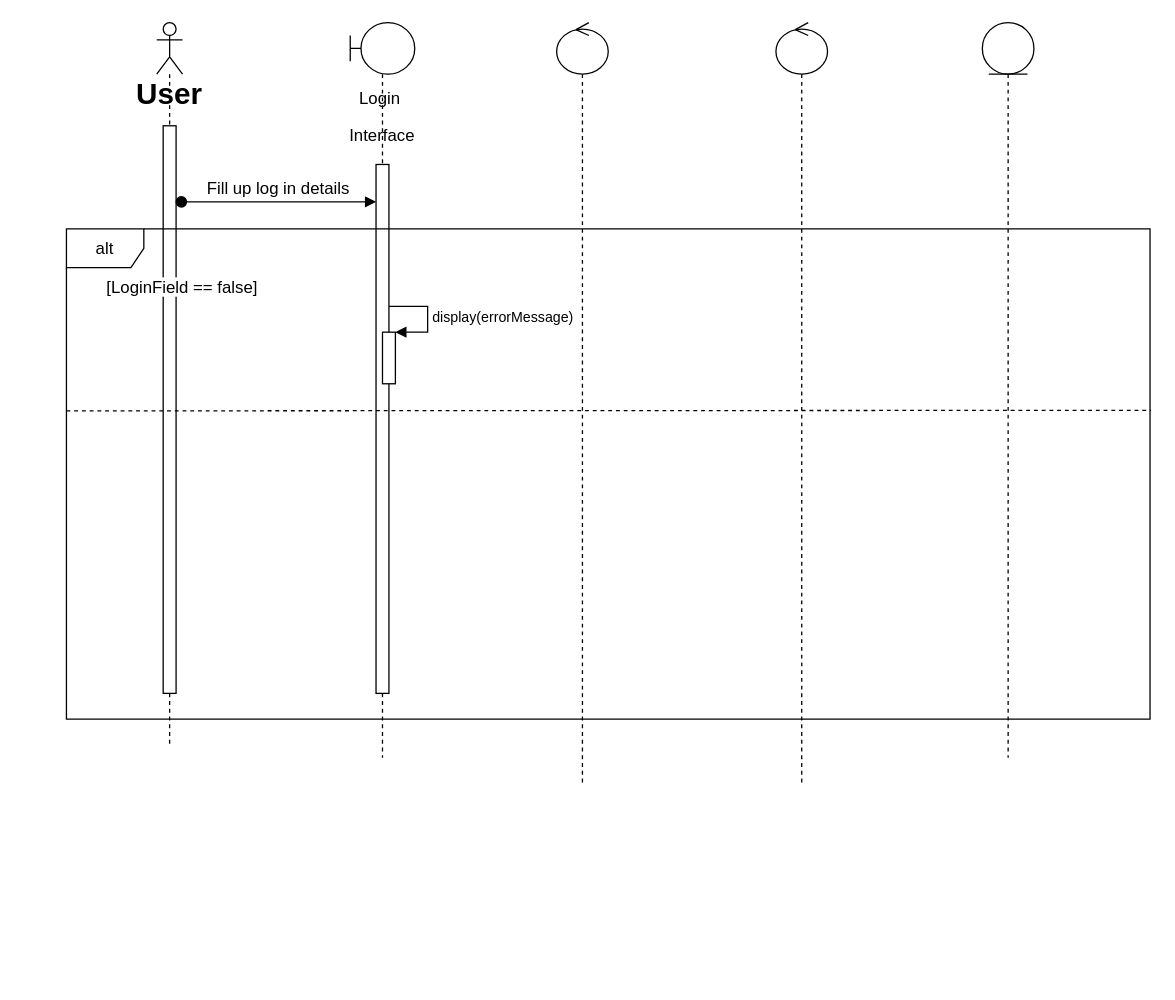
This is page "Page-4" (4 of 4) of Untitled Diagram.drawio from EliezerOng/CZ2006-Web-Devz, a draw.io file, before an edit. Source tidied: cells renumbered, new cells numbered last; positions are measured from the earlier drawing's top-left corner, leaving out a move shared by most shapes. Both pictures are drawn from the tidied source at 129%, with x=0, y=0 at pixel (66, 22).
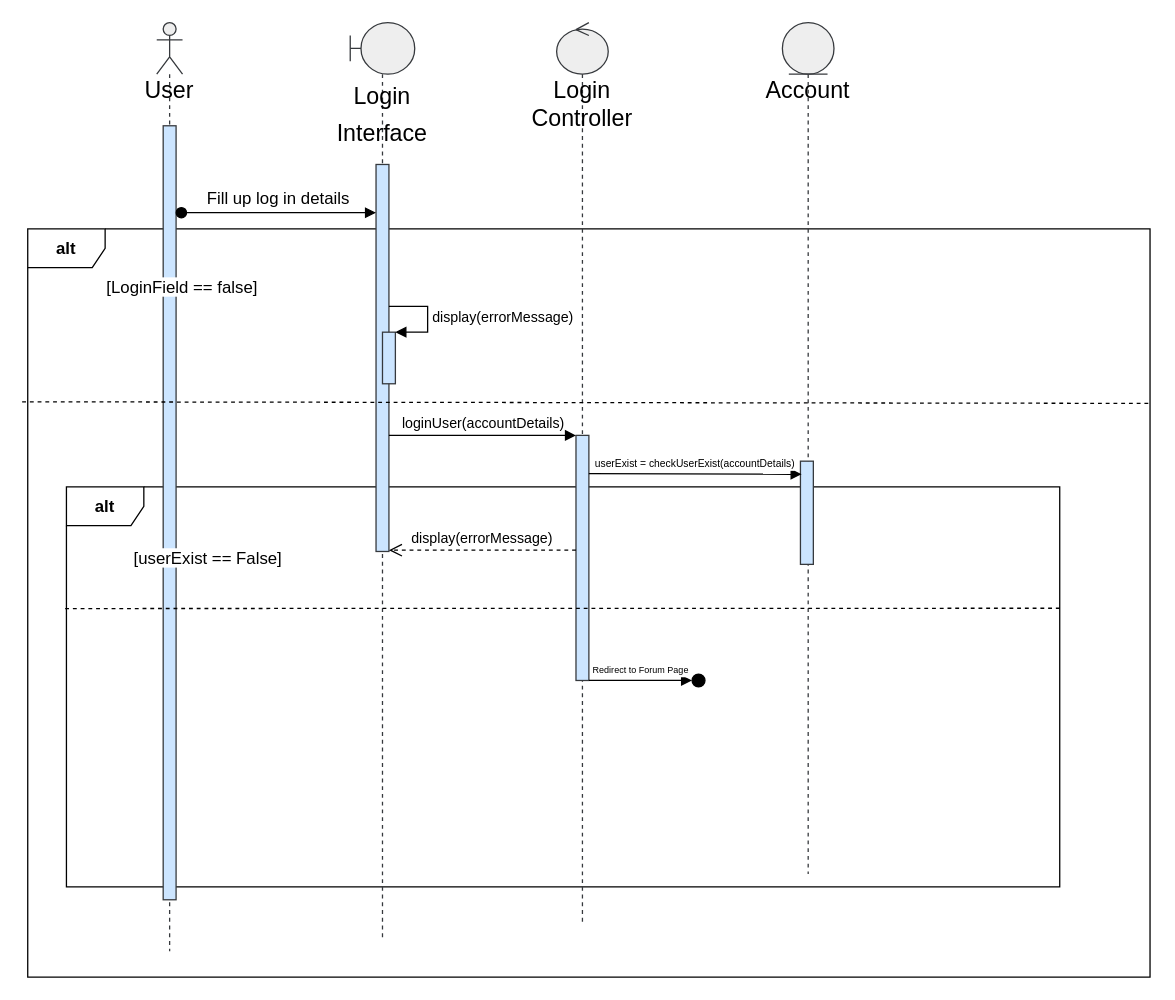
The same diagram, later.

Commit message:
first sequence diagram

Diff of the diagram source:
```diff
@@
+    <mxCell id="9" value="&lt;b&gt;alt&lt;/b&gt;" style="shape=umlFrame;whiteSpace=wrap;html=1;labelBackgroundColor=#FFFFFF;fontSize=13;fontColor=#000000;fillColor=default;" parent="1" vertex="1">
+      <mxGeometry x="-30" y="160" width="870" height="580" as="geometry" />
+    </mxCell>
+    <mxCell id="15" value="&lt;font style=&quot;font-size: 13px&quot;&gt;&lt;b&gt;alt&lt;/b&gt;&lt;/font&gt;" style="shape=umlFrame;whiteSpace=wrap;html=1;labelBackgroundColor=#FFFFFF;fontSize=8;fontColor=#000000;fillColor=default;" parent="1" vertex="1">
+      <mxGeometry y="360" width="770" height="310" as="geometry" />
+    </mxCell>
-    <mxCell id="2" value="&lt;font style=&quot;font-size: 23px&quot;&gt;&lt;b&gt;User&lt;/b&gt;&lt;/font&gt;" style="shape=umlLifeline;participant=umlActor;perimeter=lifelinePerimeter;whiteSpace=wrap;html=1;verticalAlign=top;spacingTop=36;" parent="1" vertex="1">
-      <mxGeometry x="70" width="20" height="560" as="geometry" />
+    <mxCell id="2" value="&lt;font style=&quot;font-size: 18px&quot;&gt;User&lt;/font&gt;" style="shape=umlLifeline;participant=umlActor;perimeter=lifelinePerimeter;whiteSpace=wrap;html=1;verticalAlign=top;spacingTop=36;fillColor=#eeeeee;strokeColor=#36393d;" parent="1" vertex="1">
+      <mxGeometry x="70" width="20" height="720" as="geometry" />
     </mxCell>
-    <mxCell id="3" style="html=1;points=[];perimeter=orthogonalPerimeter;labelBackgroundColor=#FFFFFF;fontSize=13;fontColor=#000000;fillColor=default;" parent="2" vertex="1">
-      <mxGeometry x="5" y="80" width="10" height="440" as="geometry" />
+    <mxCell id="3" style="html=1;points=[];perimeter=orthogonalPerimeter;labelBackgroundColor=#FFFFFF;fontSize=13;fillColor=#cce5ff;strokeColor=#36393d;" parent="2" vertex="1">
+      <mxGeometry x="5" y="80" width="10" height="600" as="geometry" />
     </mxCell>
-    <mxCell id="4" value="&lt;font style=&quot;font-size: 13px&quot;&gt;Login&amp;nbsp;&lt;br&gt;Interface&lt;/font&gt;" style="shape=umlLifeline;participant=umlBoundary;perimeter=lifelinePerimeter;whiteSpace=wrap;html=1;verticalAlign=top;spacingTop=36;fontSize=23;fillColor=default;" parent="1" vertex="1">
-      <mxGeometry x="220" width="50" height="570" as="geometry" />
+    <mxCell id="4" value="&lt;font style=&quot;font-size: 18px&quot;&gt;Login Interface&lt;/font&gt;" style="shape=umlLifeline;participant=umlBoundary;perimeter=lifelinePerimeter;whiteSpace=wrap;html=1;verticalAlign=top;spacingTop=36;fontSize=23;fillColor=#eeeeee;strokeColor=#36393d;align=center;" parent="1" vertex="1">
+      <mxGeometry x="220" width="50" height="710" as="geometry" />
     </mxCell>
-    <mxCell id="5" style="html=1;points=[];perimeter=orthogonalPerimeter;labelBackgroundColor=#FFFFFF;fontSize=13;fontColor=#000000;fillColor=default;" parent="4" vertex="1">
-      <mxGeometry x="20" y="110" width="10" height="410" as="geometry" />
+    <mxCell id="5" style="html=1;points=[];perimeter=orthogonalPerimeter;labelBackgroundColor=#FFFFFF;fontSize=13;fillColor=#cce5ff;strokeColor=#36393d;" parent="4" vertex="1">
+      <mxGeometry x="20" y="110" width="10" height="300" as="geometry" />
     </mxCell>
-    <mxCell id="6" style="shape=umlLifeline;participant=umlControl;perimeter=lifelinePerimeter;whiteSpace=wrap;html=1;verticalAlign=top;spacingTop=36;fontSize=13;fillColor=default;" parent="1" vertex="1">
-      <mxGeometry x="380" width="40" height="590" as="geometry" />
+    <mxCell id="6" value="&lt;font style=&quot;font-size: 18px&quot;&gt;Login Controller&lt;/font&gt;" style="shape=umlLifeline;participant=umlControl;perimeter=lifelinePerimeter;whiteSpace=wrap;html=1;verticalAlign=top;spacingTop=36;fontSize=13;fillColor=#eeeeee;strokeColor=#36393d;" parent="1" vertex="1">
+      <mxGeometry x="380" width="40" height="700" as="geometry" />
     </mxCell>
-    <mxCell id="7" style="shape=umlLifeline;participant=umlControl;perimeter=lifelinePerimeter;whiteSpace=wrap;html=1;verticalAlign=top;spacingTop=36;fontSize=13;fillColor=default;" parent="1" vertex="1">
-      <mxGeometry x="550" width="40" height="590" as="geometry" />
-    </mxCell>
-    <mxCell id="8" style="shape=umlLifeline;participant=umlEntity;perimeter=lifelinePerimeter;whiteSpace=wrap;html=1;verticalAlign=top;spacingTop=36;fontSize=13;fillColor=default;" parent="1" vertex="1">
-      <mxGeometry x="710" width="40" height="570" as="geometry" />
+    <mxCell id="8" value="&lt;font style=&quot;font-size: 18px&quot;&gt;Account&lt;/font&gt;" style="shape=umlLifeline;participant=umlEntity;perimeter=lifelinePerimeter;whiteSpace=wrap;html=1;verticalAlign=top;spacingTop=36;fontSize=13;fillColor=#eeeeee;strokeColor=#36393d;" parent="1" vertex="1">
+      <mxGeometry x="555" width="40" height="660" as="geometry" />
     </mxCell>
-    <mxCell id="9" value="alt" style="shape=umlFrame;whiteSpace=wrap;html=1;labelBackgroundColor=#FFFFFF;fontSize=13;fontColor=#000000;fillColor=default;" parent="1" vertex="1">
-      <mxGeometry y="160" width="840" height="380" as="geometry" />
-    </mxCell>
@@
-    <mxCell id="11" value="Fill up log in details" style="html=1;verticalAlign=bottom;startArrow=oval;endArrow=block;startSize=8;rounded=0;fontSize=13;fontColor=#000000;exitX=1.41;exitY=0.134;exitDx=0;exitDy=0;exitPerimeter=0;" parent="1" edge="1" source="3" target="5">
-      <mxGeometry relative="1" as="geometry" />
+    <mxCell id="11" value="Fill up log in details" style="html=1;verticalAlign=bottom;startArrow=oval;endArrow=block;startSize=8;rounded=0;fontSize=13;fontColor=#000000;exitX=1.41;exitY=0.134;exitDx=0;exitDy=0;exitPerimeter=0;" parent="1" edge="1">
+      <mxGeometry relative="1" as="geometry">
+        <mxPoint x="89.1" y="147.4" as="sourcePoint" />
+        <mxPoint x="240" y="147.4" as="targetPoint" />
+      </mxGeometry>
     </mxCell>
-    <mxCell id="12" style="html=1;points=[];perimeter=orthogonalPerimeter;labelBackgroundColor=#FFFFFF;fontSize=13;fontColor=#000000;fillColor=default;" parent="1" vertex="1">
+    <mxCell id="12" style="html=1;points=[];perimeter=orthogonalPerimeter;labelBackgroundColor=#FFFFFF;fontSize=13;fillColor=#cce5ff;strokeColor=#36393d;" parent="1" vertex="1">
       <mxGeometry x="245" y="240" width="10" height="40" as="geometry" />
     </mxCell>
@@
-    <mxCell id="14" style="endArrow=none;dashed=1;html=1;rounded=0;fontSize=11;fontColor=#000000;entryX=1.001;entryY=0.37;entryDx=0;entryDy=0;entryPerimeter=0;" parent="1" edge="1" target="9">
+    <mxCell id="14" style="endArrow=none;dashed=1;html=1;rounded=0;fontSize=11;fontColor=#000000;entryX=1;entryY=0.371;entryDx=0;entryDy=0;entryPerimeter=0;exitX=-0.005;exitY=0.231;exitDx=0;exitDy=0;exitPerimeter=0;" parent="1" edge="1" source="9">
       <mxGeometry relative="1" as="geometry">
-        <mxPoint y="301" as="sourcePoint" />
+        <mxPoint x="840" y="295.2" as="targetPoint" />
       </mxGeometry>
     </mxCell>
+    <mxCell id="16" style="html=1;points=[];perimeter=orthogonalPerimeter;labelBackgroundColor=#FFFFFF;fontSize=11;fillColor=#cce5ff;strokeColor=#36393d;" parent="1" vertex="1">
+      <mxGeometry x="395" y="320" width="10" height="190" as="geometry" />
+    </mxCell>
+    <mxCell id="17" value="loginUser(accountDetails)" style="html=1;verticalAlign=bottom;endArrow=block;entryX=0;entryY=0;rounded=0;fontSize=11;fontColor=#000000;" parent="1" edge="1" target="16">
+      <mxGeometry relative="1" as="geometry">
+        <mxPoint x="250" y="320" as="sourcePoint" />
+      </mxGeometry>
+    </mxCell>
+    <mxCell id="18" value="display(errorMessage)" style="html=1;verticalAlign=bottom;endArrow=open;dashed=1;endSize=8;rounded=0;fontSize=11;fontColor=#000000;targetPerimeterSpacing=3;" parent="1" edge="1">
+      <mxGeometry relative="1" as="geometry">
+        <mxPoint x="395" y="409" as="sourcePoint" />
+        <mxPoint x="250" y="409" as="targetPoint" />
+        <Array as="points">
+          <mxPoint x="350" y="409" />
+        </Array>
+      </mxGeometry>
+    </mxCell>
+    <mxCell id="19" style="html=1;points=[];perimeter=orthogonalPerimeter;labelBackgroundColor=#FFFFFF;fontSize=11;fillColor=#cce5ff;strokeColor=#36393d;" parent="1" vertex="1">
+      <mxGeometry x="569" y="340" width="10" height="80" as="geometry" />
+    </mxCell>
+    <mxCell id="20" value="&lt;font style=&quot;font-size: 8px&quot;&gt;userExist = checkUserExist(accountDetails)&lt;/font&gt;" style="html=1;verticalAlign=bottom;endArrow=block;rounded=0;fontSize=11;fontColor=#000000;targetPerimeterSpacing=3;entryX=0.091;entryY=0.127;entryDx=0;entryDy=0;entryPerimeter=0;" parent="1" edge="1" target="19">
+      <mxGeometry relative="1" as="geometry">
+        <mxPoint x="405" y="349.7" as="sourcePoint" />
+      </mxGeometry>
+    </mxCell>
+    <mxCell id="21" value="[userExist == False]" style="text;html=1;strokeColor=none;fillColor=none;align=center;verticalAlign=middle;whiteSpace=wrap;rounded=0;labelBackgroundColor=#FFFFFF;fontSize=13;fontColor=#000000;" parent="1" vertex="1">
+      <mxGeometry x="30" y="400" width="160" height="30" as="geometry" />
+    </mxCell>
+    <mxCell id="22" style="endArrow=none;dashed=1;html=1;rounded=0;fontSize=8;fontColor=#000000;targetPerimeterSpacing=3;entryX=-0.005;entryY=0.304;entryDx=0;entryDy=0;entryPerimeter=0;" parent="1" edge="1" target="15">
+      <mxGeometry relative="1" as="geometry">
+        <mxPoint x="770" y="454" as="sourcePoint" />
+      </mxGeometry>
+    </mxCell>
+    <mxCell id="23" value="&lt;font style=&quot;font-size: 7px&quot;&gt;Redirect to Forum Page&lt;/font&gt;" style="html=1;verticalAlign=bottom;endArrow=block;rounded=0;fontSize=10;fontColor=#000000;sourcePerimeterSpacing=50;targetPerimeterSpacing=3;jumpStyle=none;" parent="1" edge="1">
+      <mxGeometry relative="1" as="geometry">
+        <mxPoint x="405" y="510" as="sourcePoint" />
+        <mxPoint x="485" y="510" as="targetPoint" />
+      </mxGeometry>
+    </mxCell>
+    <mxCell id="24" style="ellipse;whiteSpace=wrap;html=1;labelBackgroundColor=#FFFFFF;fontSize=10;fontColor=#000000;fillColor=#000000;" parent="1" vertex="1">
+      <mxGeometry x="485" y="505" width="10" height="10" as="geometry" />
+    </mxCell>
```
